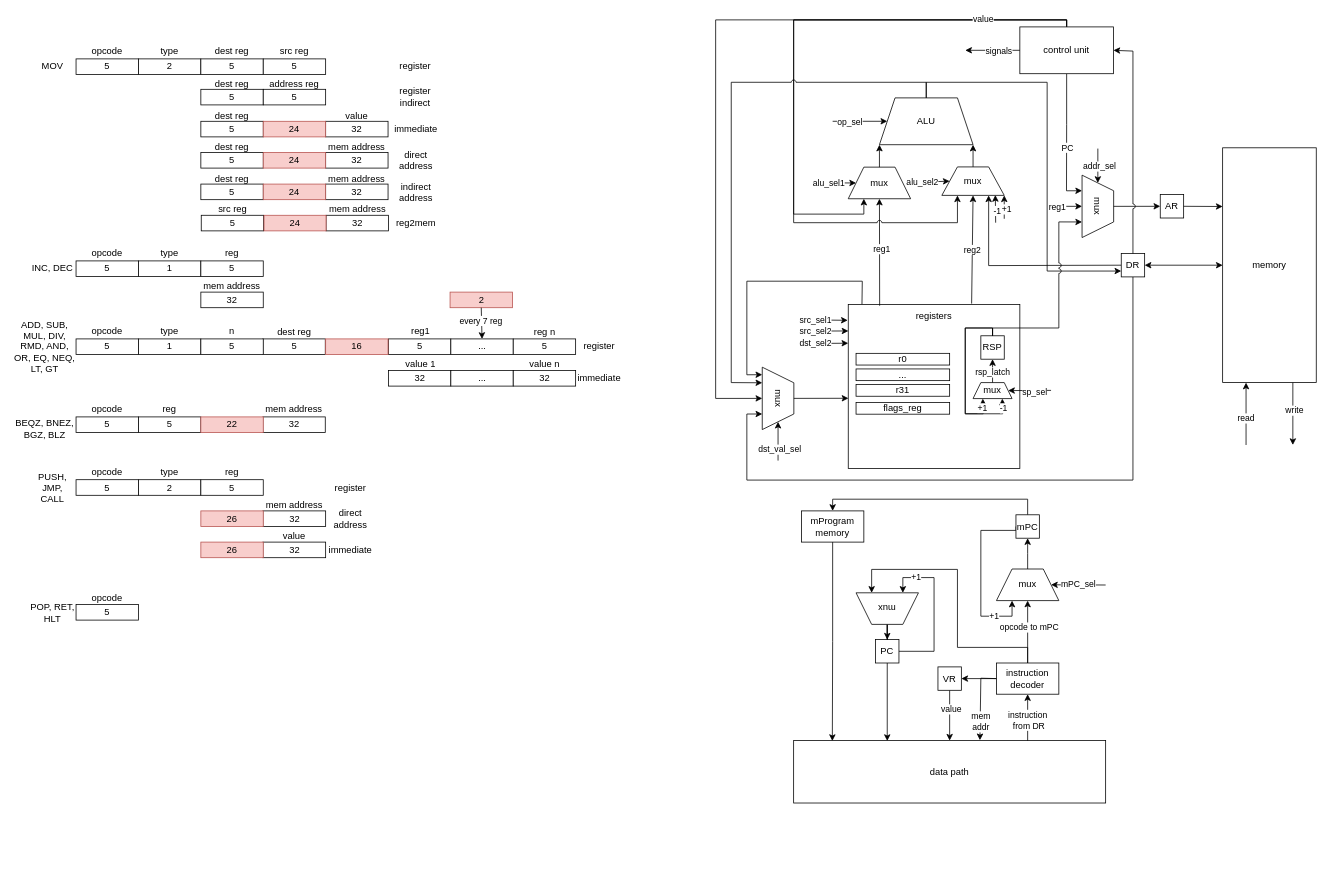
Above: resources/csa_lab4.drawio in vanya9090/csa_lab4 (draw.io), before the change. Source tidied: cells renumbered, new cells numbered last; positions are measured from the earlier drawing's top-left corner, leaving out a move shared by most shapes. Both pictures are drawn from the tidied source at 78%, with x=0, y=0 at pixel (13, 20).
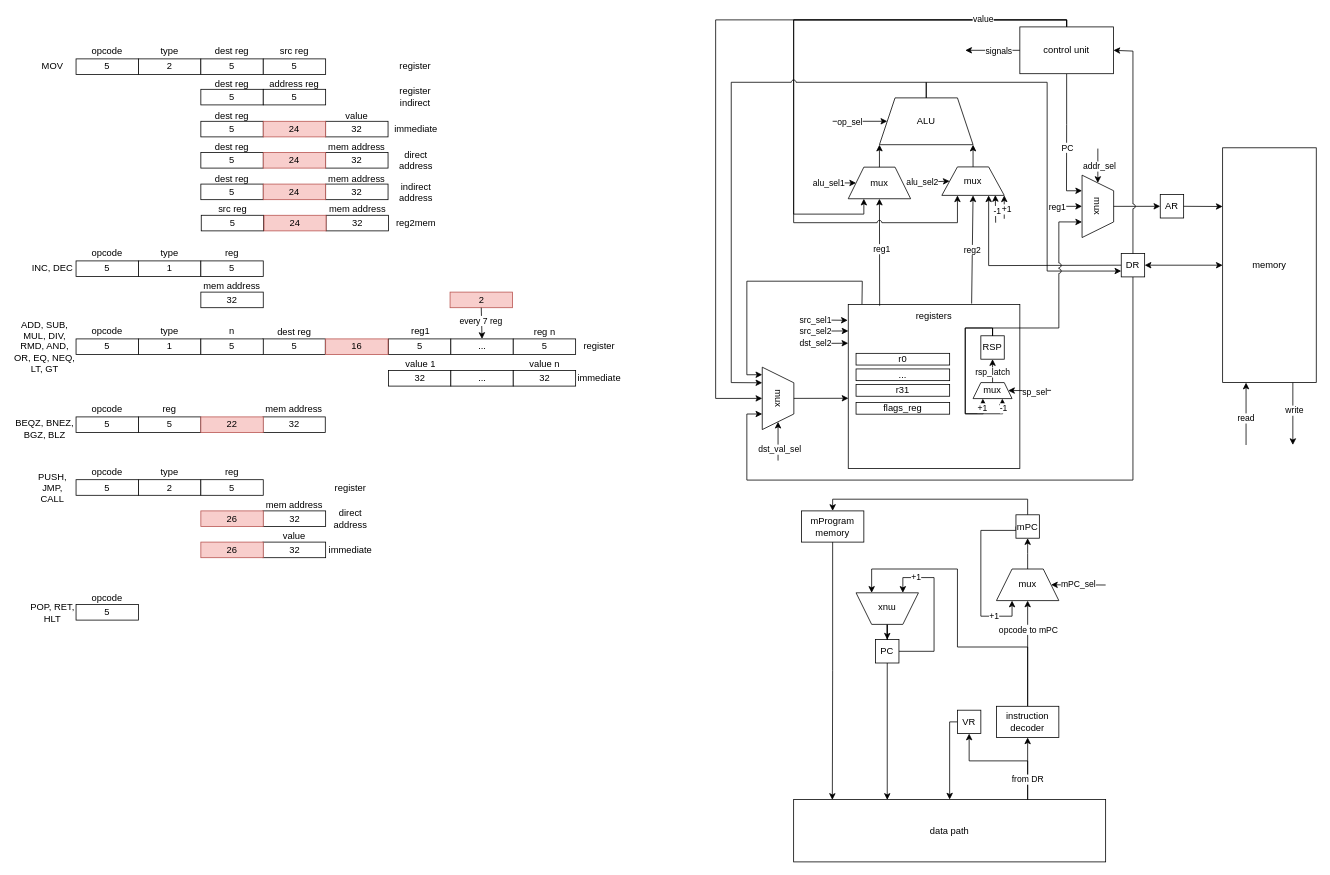
The same diagram, later.

Commit message (it also covers changes not shown here):
update control, fix value register logic

Unchanged cells that the change refers to:
```xml
<mxCell id="153" style="endArrow=classic;html=1;rounded=0;exitX=0.75;exitY=0;exitDx=0;exitDy=0;entryX=0.5;entryY=1;entryDx=0;entryDy=0;" parent="1" edge="1" source="124" target="152">
  <mxGeometry relative="1" as="geometry" />
</mxCell>
<mxCell id="159" value="PC" style="rounded=0;whiteSpace=wrap;html=1;" parent="1" vertex="1">
  <mxGeometry x="1105" y="794.5" width="30" height="30" as="geometry" />
</mxCell>
<mxCell id="161" value="mux" style="shape=trapezoid;perimeter=trapezoidPerimeter;whiteSpace=wrap;html=1;fixedSize=1;rotation=0;" parent="1" vertex="1">
  <mxGeometry x="1260" y="704" width="80" height="40.5" as="geometry" />
</mxCell>
<mxCell id="178" value="mux" style="shape=trapezoid;perimeter=trapezoidPerimeter;whiteSpace=wrap;html=1;fixedSize=1;rotation=-180;" parent="1" vertex="1">
  <mxGeometry x="1080" y="734.5" width="80" height="40.5" as="geometry" />
</mxCell>
```

Change to the diagram source:
```diff
@@
     <mxCell id="124" value="data path" style="rounded=0;whiteSpace=wrap;html=1;" parent="1" vertex="1">
-      <mxGeometry x="1000" y="924" width="400" height="80" as="geometry" />
+      <mxGeometry x="1000" y="999.5" width="400" height="80" as="geometry" />
     </mxCell>
@@
-    <mxCell id="148" style="edgeStyle=orthogonalEdgeStyle;rounded=0;jettySize=auto;html=1;entryX=0.5;entryY=1;entryDx=0;entryDy=0;" parent="1" edge="1" source="152" target="161">
+    <mxCell id="148" style="edgeStyle=orthogonalEdgeStyle;rounded=0;jettySize=auto;html=1;entryX=0.5;entryY=1;entryDx=0;entryDy=0;exitX=0.5;exitY=0;exitDx=0;exitDy=0;" parent="1" edge="1" source="152" target="161">
       <mxGeometry relative="1" as="geometry" />
     </mxCell>
     <mxCell id="149" value="opcode to mPC" style="edgeLabel;html=1;align=center;verticalAlign=middle;" parent="148" vertex="1">
-      <mxGeometry x="0.16" y="-1" relative="1" as="geometry" />
+      <mxGeometry x="0.16" y="-1" relative="1" as="geometry">
+        <mxPoint x="-1" y="-20" as="offset" />
+      </mxGeometry>
     </mxCell>
-    <mxCell id="150" style="edgeStyle=orthogonalEdgeStyle;rounded=0;jettySize=auto;html=1;entryX=0.75;entryY=1;entryDx=0;entryDy=0;" parent="1" edge="1" source="152" target="178">
+    <mxCell id="150" style="edgeStyle=orthogonalEdgeStyle;rounded=0;jettySize=auto;html=1;entryX=0.75;entryY=1;entryDx=0;entryDy=0;exitX=0.5;exitY=0;exitDx=0;exitDy=0;" parent="1" edge="1" source="152" target="178">
       <mxGeometry relative="1" as="geometry">
         <Array as="points">
-          <mxPoint x="1300" y="804.5" />
-          <mxPoint x="1210" y="804.5" />
-          <mxPoint x="1210" y="704.5" />
-          <mxPoint x="1100" y="704.5" />
+          <mxPoint x="1300" y="804" />
+          <mxPoint x="1210" y="804" />
+          <mxPoint x="1210" y="704" />
+          <mxPoint x="1100" y="704" />
         </Array>
       </mxGeometry>
     </mxCell>
-    <mxCell id="151" style="edgeStyle=orthogonalEdgeStyle;rounded=0;jettySize=auto;html=1;entryX=1;entryY=0.5;entryDx=0;entryDy=0;" parent="1" edge="1" source="152" target="205">
-      <mxGeometry relative="1" as="geometry" />
-    </mxCell>
     <mxCell id="152" value="instruction&lt;div&gt;decoder&lt;/div&gt;" style="rounded=0;whiteSpace=wrap;html=1;" parent="1" vertex="1">
-      <mxGeometry x="1260" y="824.5" width="80" height="40" as="geometry" />
+      <mxGeometry x="1260" y="880" width="80" height="40" as="geometry" />
     </mxCell>
@@
-    <mxCell id="154" value="instruction&lt;div&gt;&amp;nbsp;from DR&lt;/div&gt;" style="edgeLabel;html=1;align=center;verticalAlign=middle;" parent="153" vertex="1">
-      <mxGeometry x="-0.08" y="1" relative="1" as="geometry" />
-    </mxCell>
-    <mxCell id="155" style="endArrow=classic;html=1;rounded=0;exitX=0;exitY=0.5;exitDx=0;exitDy=0;entryX=0.597;entryY=-0.006;entryDx=0;entryDy=0;entryPerimeter=0;" parent="1" edge="1" source="152" target="124">
-      <mxGeometry relative="1" as="geometry">
-        <Array as="points">
-          <mxPoint x="1240" y="844" />
-        </Array>
-      </mxGeometry>
-    </mxCell>
-    <mxCell id="156" value="mem&lt;div&gt;addr&lt;/div&gt;" style="edgeLabel;html=1;align=center;verticalAlign=middle;" parent="155" vertex="1">
-      <mxGeometry x="0.52" relative="1" as="geometry" />
-    </mxCell>
@@
-    <mxCell id="179" style="edgeStyle=orthogonalEdgeStyle;rounded=0;jettySize=auto;html=1;entryX=0.3;entryY=0.006;entryDx=0;entryDy=0;entryPerimeter=0;" parent="1" edge="1" source="159" target="124">
+    <mxCell id="179" style="edgeStyle=orthogonalEdgeStyle;rounded=0;jettySize=auto;html=1;entryX=0.3;entryY=0.006;entryDx=0;entryDy=0;entryPerimeter=0;exitX=0.5;exitY=1;exitDx=0;exitDy=0;" parent="1" edge="1" source="159" target="124">
       <mxGeometry relative="1" as="geometry" />
     </mxCell>
@@
     <mxCell id="203" style="edgeStyle=orthogonalEdgeStyle;rounded=0;jettySize=auto;html=1;entryX=0.5;entryY=0;entryDx=0;entryDy=0;" parent="1" edge="1" source="205" target="124">
-      <mxGeometry relative="1" as="geometry" />
+      <mxGeometry relative="1" as="geometry">
+        <Array as="points">
+          <mxPoint x="1200" y="900" />
+        </Array>
+      </mxGeometry>
     </mxCell>
-    <mxCell id="204" value="value" style="edgeLabel;html=1;align=center;verticalAlign=middle;" parent="203" vertex="1">
-      <mxGeometry x="-0.27" y="1" relative="1" as="geometry" />
-    </mxCell>
     <mxCell id="205" value="VR" style="rounded=0;whiteSpace=wrap;html=1;" parent="1" vertex="1">
-      <mxGeometry x="1185" y="829.5" width="30" height="30" as="geometry" />
+      <mxGeometry x="1210" y="885" width="30" height="30" as="geometry" />
     </mxCell>
+    <mxCell id="206" style="endArrow=classic;html=1;rounded=0;exitX=0.75;exitY=0;exitDx=0;exitDy=0;entryX=0.5;entryY=1;entryDx=0;entryDy=0;" parent="1" edge="1" source="124" target="205">
+      <mxGeometry relative="1" as="geometry">
+        <Array as="points">
+          <mxPoint x="1300" y="950" />
+          <mxPoint x="1225" y="950" />
+        </Array>
+      </mxGeometry>
+    </mxCell>
+    <mxCell id="207" value="from DR" style="edgeLabel;html=1;align=center;verticalAlign=middle;" parent="206" vertex="1">
+      <mxGeometry x="-0.68" y="1" relative="1" as="geometry" />
+    </mxCell>
```
